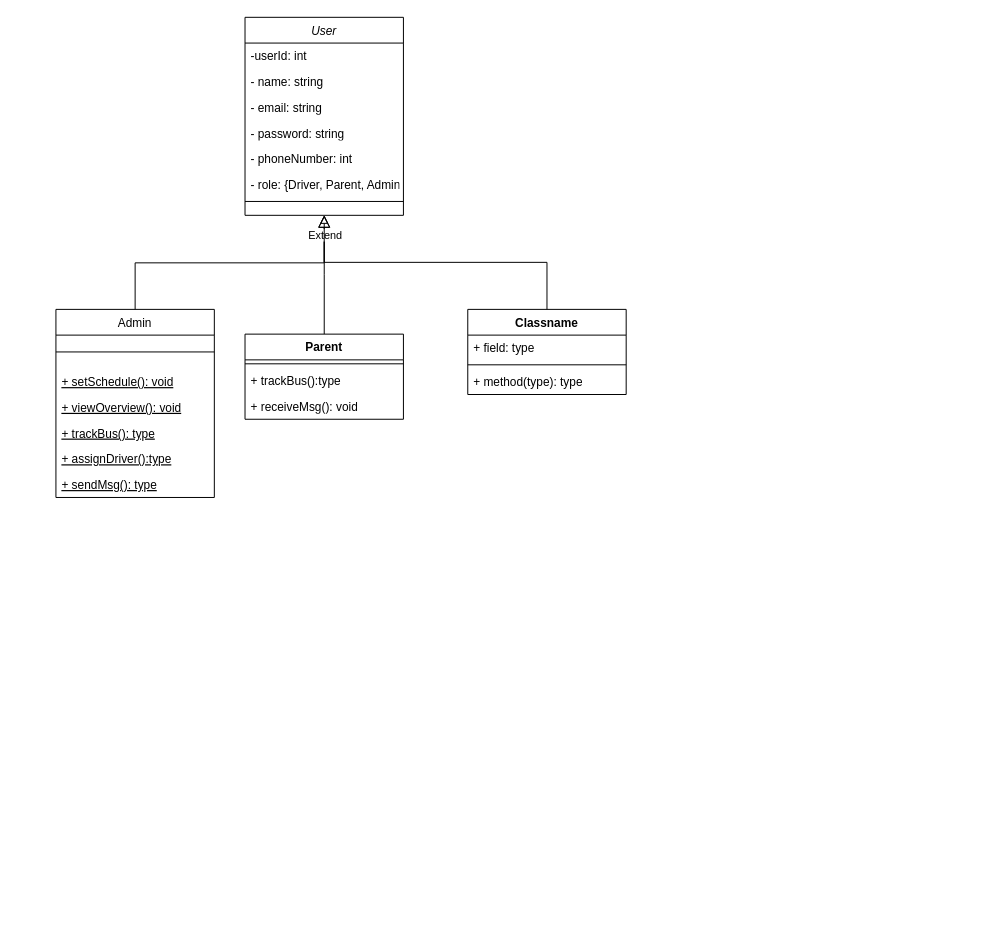
tianmoon/bus-tracking-app keeps this draw.io diagram as erd/ClassDiagramSWE.drawio. Above is the earlier version. Source tidied: cells renumbered, new cells numbered last; positions are measured from the earlier drawing's top-left corner, leaving out a move shared by most shapes. Both pictures are drawn from the tidied source at 99%, with x=0, y=0 at pixel (55, 17).
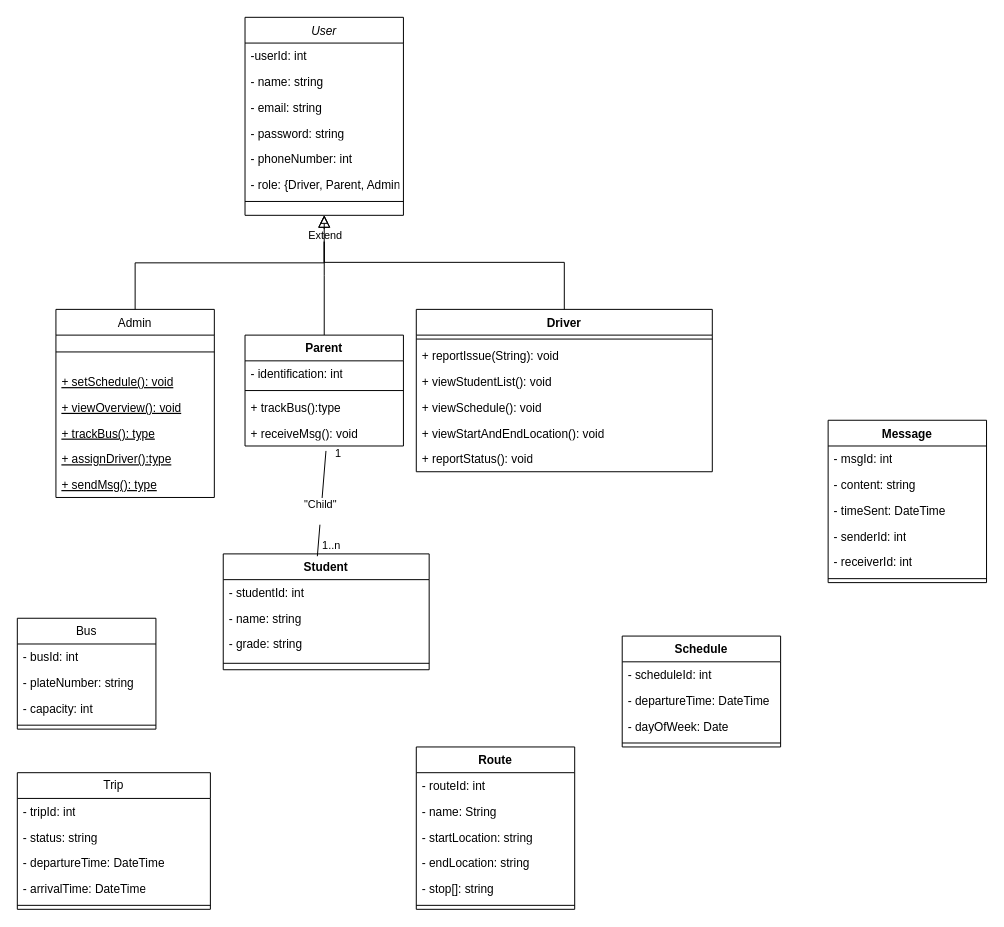
After the change.

What changed in the source:
```diff
@@
     <mxCell id="20" value="Parent" style="swimlane;fontStyle=1;align=center;verticalAlign=top;horizontal=1;startSize=26;whiteSpace=wrap;html=1;" parent="1" vertex="1">
-      <mxGeometry x="191" y="320" width="160" height="86" as="geometry" />
+      <mxGeometry x="191" y="321" width="160" height="112" as="geometry" />
     </mxCell>
+    <mxCell id="29" value="- identification: int" style="text;strokeColor=none;fillColor=none;align=left;verticalAlign=top;spacingLeft=4;spacingRight=4;overflow=hidden;whiteSpace=wrap;html=1;" parent="20" vertex="1">
+      <mxGeometry y="26" width="160" height="26" as="geometry" />
+    </mxCell>
     <mxCell id="21" style="line;strokeWidth=1;fillColor=none;align=left;verticalAlign=middle;spacingTop=-1;spacingLeft=3;spacingRight=3;labelPosition=right;strokeColor=inherit;" parent="20" vertex="1">
-      <mxGeometry y="26" width="160" height="8" as="geometry" />
+      <mxGeometry y="52" width="160" height="8" as="geometry" />
     </mxCell>
     <mxCell id="22" value="+ trackBus():type" style="text;strokeColor=none;fillColor=none;align=left;verticalAlign=top;spacingLeft=4;spacingRight=4;overflow=hidden;whiteSpace=wrap;html=1;" parent="20" vertex="1">
-      <mxGeometry y="34" width="160" height="26" as="geometry" />
+      <mxGeometry y="60" width="160" height="26" as="geometry" />
     </mxCell>
     <mxCell id="23" value="+ receiveMsg(): void" style="text;strokeColor=none;fillColor=none;align=left;verticalAlign=top;spacingLeft=4;spacingRight=4;overflow=hidden;points=[[0,0.5],[1,0.5]];portConstraint=eastwest;whiteSpace=wrap;html=1;" parent="20" vertex="1">
-      <mxGeometry y="60" width="160" height="26" as="geometry" />
+      <mxGeometry y="86" width="160" height="26" as="geometry" />
     </mxCell>
-    <mxCell id="24" value="Classname" style="swimlane;fontStyle=1;align=center;verticalAlign=top;horizontal=1;startSize=26;whiteSpace=wrap;html=1;" parent="1" vertex="1">
-      <mxGeometry x="416" y="295" width="160" height="86" as="geometry" />
+    <mxCell id="24" value="Driver" style="swimlane;fontStyle=1;align=center;verticalAlign=top;horizontal=1;startSize=26;whiteSpace=wrap;html=1;" parent="1" vertex="1">
+      <mxGeometry x="364" y="295" width="299" height="164" as="geometry" />
     </mxCell>
-    <mxCell id="25" value="+ field: type" style="text;strokeColor=none;fillColor=none;align=left;verticalAlign=top;spacingLeft=4;spacingRight=4;overflow=hidden;whiteSpace=wrap;html=1;" parent="24" vertex="1">
-      <mxGeometry y="26" width="160" height="26" as="geometry" />
-    </mxCell>
     <mxCell id="26" style="line;strokeWidth=1;fillColor=none;align=left;verticalAlign=middle;spacingTop=-1;spacingLeft=3;spacingRight=3;labelPosition=right;strokeColor=inherit;" parent="24" vertex="1">
-      <mxGeometry y="52" width="160" height="8" as="geometry" />
+      <mxGeometry y="26" width="299" height="8" as="geometry" />
     </mxCell>
-    <mxCell id="27" value="+ method(type): type" style="text;strokeColor=none;fillColor=none;align=left;verticalAlign=top;spacingLeft=4;spacingRight=4;overflow=hidden;whiteSpace=wrap;html=1;" parent="24" vertex="1">
-      <mxGeometry y="60" width="160" height="26" as="geometry" />
+    <mxCell id="27" value="+ reportIssue(String): void" style="text;strokeColor=none;fillColor=none;align=left;verticalAlign=top;spacingLeft=4;spacingRight=4;overflow=hidden;whiteSpace=wrap;html=1;" parent="24" vertex="1">
+      <mxGeometry y="34" width="299" height="26" as="geometry" />
     </mxCell>
+    <mxCell id="30" value="+ viewStudentList(): void" style="text;strokeColor=none;fillColor=none;align=left;verticalAlign=top;spacingLeft=4;spacingRight=4;overflow=hidden;whiteSpace=wrap;html=1;" parent="24" vertex="1">
+      <mxGeometry y="60" width="299" height="26" as="geometry" />
+    </mxCell>
+    <mxCell id="31" value="+ viewSchedule(): void" style="text;strokeColor=none;fillColor=none;align=left;verticalAlign=top;spacingLeft=4;spacingRight=4;overflow=hidden;whiteSpace=wrap;html=1;" parent="24" vertex="1">
+      <mxGeometry y="86" width="299" height="26" as="geometry" />
+    </mxCell>
+    <mxCell id="32" value="+ viewStartAndEndLocation(): void" style="text;strokeColor=none;fillColor=none;align=left;verticalAlign=top;spacingLeft=4;spacingRight=4;overflow=hidden;whiteSpace=wrap;html=1;" parent="24" vertex="1">
+      <mxGeometry y="112" width="299" height="26" as="geometry" />
+    </mxCell>
+    <mxCell id="33" value="+ reportStatus(): void" style="text;strokeColor=none;fillColor=none;align=left;verticalAlign=top;spacingLeft=4;spacingRight=4;overflow=hidden;whiteSpace=wrap;html=1;" parent="24" vertex="1">
+      <mxGeometry y="138" width="299" height="26" as="geometry" />
+    </mxCell>
@@
+    <mxCell id="34" value="Student" style="swimlane;fontStyle=1;align=center;verticalAlign=top;horizontal=1;startSize=26;whiteSpace=wrap;html=1;" parent="1" vertex="1">
+      <mxGeometry x="169" y="542" width="208" height="117" as="geometry" />
+    </mxCell>
+    <mxCell id="35" value="- studentId: int" style="text;strokeColor=none;fillColor=none;align=left;verticalAlign=top;spacingLeft=4;spacingRight=4;overflow=hidden;whiteSpace=wrap;html=1;" parent="34" vertex="1">
+      <mxGeometry y="26" width="208" height="26" as="geometry" />
+    </mxCell>
+    <mxCell id="36" value="- name: string" style="text;strokeColor=none;fillColor=none;align=left;verticalAlign=top;spacingLeft=4;spacingRight=4;overflow=hidden;whiteSpace=wrap;html=1;" parent="34" vertex="1">
+      <mxGeometry y="52" width="208" height="26" as="geometry" />
+    </mxCell>
+    <mxCell id="37" value="- grade: string" style="text;strokeColor=none;fillColor=none;align=left;verticalAlign=top;spacingLeft=4;spacingRight=4;overflow=hidden;whiteSpace=wrap;html=1;" parent="34" vertex="1">
+      <mxGeometry y="78" width="208" height="26" as="geometry" />
+    </mxCell>
+    <mxCell id="38" style="line;strokeWidth=1;fillColor=none;align=left;verticalAlign=middle;spacingTop=-1;spacingLeft=3;spacingRight=3;labelPosition=right;strokeColor=inherit;" parent="34" vertex="1">
+      <mxGeometry y="104" width="208" height="13" as="geometry" />
+    </mxCell>
+    <mxCell id="39" style="endArrow=none;html=1;rounded=0;entryX=0.511;entryY=1.192;entryDx=0;entryDy=0;entryPerimeter=0;exitX=0.457;exitY=0.02;exitDx=0;exitDy=0;exitPerimeter=0;" parent="1" edge="1" source="34" target="23">
+      <mxGeometry relative="1" as="geometry" />
+    </mxCell>
+    <mxCell id="40" value="1" style="edgeLabel;html=1;align=center;verticalAlign=middle;" parent="39" vertex="1">
+      <mxGeometry x="0.71" y="-1" relative="1" as="geometry">
+        <mxPoint x="12" y="-13" as="offset" />
+      </mxGeometry>
+    </mxCell>
+    <mxCell id="41" value="1..n" style="edgeLabel;html=1;align=center;verticalAlign=middle;" parent="39" vertex="1">
+      <mxGeometry x="-0.8" y="-1" relative="1" as="geometry">
+        <mxPoint x="12" as="offset" />
+      </mxGeometry>
+    </mxCell>
+    <mxCell id="42" value="&quot;Child&quot;&lt;div&gt;&lt;br&gt;&lt;/div&gt;" style="edgeLabel;html=1;align=center;verticalAlign=middle;" parent="39" vertex="1">
+      <mxGeometry x="0.06" y="2" relative="1" as="geometry">
+        <mxPoint y="11" as="offset" />
+      </mxGeometry>
+    </mxCell>
+    <mxCell id="43" value="Bus" style="swimlane;fontStyle=0;horizontal=1;startSize=26;fillColor=none;whiteSpace=wrap;html=1;" parent="1" vertex="1">
+      <mxGeometry x="-39" y="607" width="140" height="112" as="geometry" />
+    </mxCell>
+    <mxCell id="44" value="- busId: int" style="text;strokeColor=none;fillColor=none;align=left;verticalAlign=top;spacingLeft=4;spacingRight=4;overflow=hidden;whiteSpace=wrap;html=1;" parent="43" vertex="1">
+      <mxGeometry y="26" width="140" height="26" as="geometry" />
+    </mxCell>
+    <mxCell id="45" value="- plateNumber: string" style="text;strokeColor=none;fillColor=none;align=left;verticalAlign=top;spacingLeft=4;spacingRight=4;overflow=hidden;whiteSpace=wrap;html=1;" parent="43" vertex="1">
+      <mxGeometry y="52" width="140" height="26" as="geometry" />
+    </mxCell>
+    <mxCell id="46" value="- capacity: int" style="text;strokeColor=none;fillColor=none;align=left;verticalAlign=top;spacingLeft=4;spacingRight=4;overflow=hidden;whiteSpace=wrap;html=1;" parent="43" vertex="1">
+      <mxGeometry y="78" width="140" height="26" as="geometry" />
+    </mxCell>
+    <mxCell id="47" style="line;strokeWidth=1;fillColor=none;align=left;verticalAlign=middle;spacingTop=-1;spacingLeft=3;spacingRight=3;labelPosition=right;strokeColor=inherit;" parent="43" vertex="1">
+      <mxGeometry y="104" width="140" height="8" as="geometry" />
+    </mxCell>
+    <mxCell id="48" value="Trip" style="swimlane;fontStyle=0;horizontal=1;startSize=26;fillColor=none;whiteSpace=wrap;html=1;" parent="1" vertex="1">
+      <mxGeometry x="-39" y="763" width="195" height="138" as="geometry" />
+    </mxCell>
+    <mxCell id="49" value="- tripId: int" style="text;strokeColor=none;fillColor=none;align=left;verticalAlign=top;spacingLeft=4;spacingRight=4;overflow=hidden;whiteSpace=wrap;html=1;" parent="48" vertex="1">
+      <mxGeometry y="26" width="195" height="26" as="geometry" />
+    </mxCell>
+    <mxCell id="50" value="- status: string" style="text;strokeColor=none;fillColor=none;align=left;verticalAlign=top;spacingLeft=4;spacingRight=4;overflow=hidden;whiteSpace=wrap;html=1;" parent="48" vertex="1">
+      <mxGeometry y="52" width="195" height="26" as="geometry" />
+    </mxCell>
+    <mxCell id="51" value="- departureTime: DateTime" style="text;strokeColor=none;fillColor=none;align=left;verticalAlign=top;spacingLeft=4;spacingRight=4;overflow=hidden;whiteSpace=wrap;html=1;" parent="48" vertex="1">
+      <mxGeometry y="78" width="195" height="26" as="geometry" />
+    </mxCell>
+    <mxCell id="52" value="- arrivalTime: DateTime" style="text;strokeColor=none;fillColor=none;align=left;verticalAlign=top;spacingLeft=4;spacingRight=4;overflow=hidden;whiteSpace=wrap;html=1;" parent="48" vertex="1">
+      <mxGeometry y="104" width="195" height="26" as="geometry" />
+    </mxCell>
+    <mxCell id="53" style="line;strokeWidth=1;fillColor=none;align=left;verticalAlign=middle;spacingTop=-1;spacingLeft=3;spacingRight=3;labelPosition=right;strokeColor=inherit;" parent="48" vertex="1">
+      <mxGeometry y="130" width="195" height="8" as="geometry" />
+    </mxCell>
+    <mxCell id="54" value="Route" style="swimlane;fontStyle=1;align=center;verticalAlign=top;horizontal=1;startSize=26;whiteSpace=wrap;html=1;" parent="1" vertex="1">
+      <mxGeometry x="364" y="737" width="160" height="164" as="geometry" />
+    </mxCell>
+    <mxCell id="55" value="- routeId: int" style="text;strokeColor=none;fillColor=none;align=left;verticalAlign=top;spacingLeft=4;spacingRight=4;overflow=hidden;whiteSpace=wrap;html=1;" parent="54" vertex="1">
+      <mxGeometry y="26" width="160" height="26" as="geometry" />
+    </mxCell>
+    <mxCell id="56" value="- name: String" style="text;strokeColor=none;fillColor=none;align=left;verticalAlign=top;spacingLeft=4;spacingRight=4;overflow=hidden;whiteSpace=wrap;html=1;" parent="54" vertex="1">
+      <mxGeometry y="52" width="160" height="26" as="geometry" />
+    </mxCell>
+    <mxCell id="57" value="- startLocation: string" style="text;strokeColor=none;fillColor=none;align=left;verticalAlign=top;spacingLeft=4;spacingRight=4;overflow=hidden;whiteSpace=wrap;html=1;" parent="54" vertex="1">
+      <mxGeometry y="78" width="160" height="26" as="geometry" />
+    </mxCell>
+    <mxCell id="58" value="- endLocation: string" style="text;strokeColor=none;fillColor=none;align=left;verticalAlign=top;spacingLeft=4;spacingRight=4;overflow=hidden;whiteSpace=wrap;html=1;" parent="54" vertex="1">
+      <mxGeometry y="104" width="160" height="26" as="geometry" />
+    </mxCell>
+    <mxCell id="59" value="- stop[]: string" style="text;strokeColor=none;fillColor=none;align=left;verticalAlign=top;spacingLeft=4;spacingRight=4;overflow=hidden;whiteSpace=wrap;html=1;" parent="54" vertex="1">
+      <mxGeometry y="130" width="160" height="26" as="geometry" />
+    </mxCell>
+    <mxCell id="60" style="line;strokeWidth=1;fillColor=none;align=left;verticalAlign=middle;spacingTop=-1;spacingLeft=3;spacingRight=3;labelPosition=right;strokeColor=inherit;" parent="54" vertex="1">
+      <mxGeometry y="156" width="160" height="8" as="geometry" />
+    </mxCell>
+    <mxCell id="61" value="Schedule" style="swimlane;fontStyle=1;align=center;verticalAlign=top;horizontal=1;startSize=26;whiteSpace=wrap;html=1;" parent="1" vertex="1">
+      <mxGeometry x="572" y="625" width="160" height="112" as="geometry" />
+    </mxCell>
+    <mxCell id="62" value="- scheduleId: int" style="text;strokeColor=none;fillColor=none;align=left;verticalAlign=top;spacingLeft=4;spacingRight=4;overflow=hidden;whiteSpace=wrap;html=1;" parent="61" vertex="1">
+      <mxGeometry y="26" width="160" height="26" as="geometry" />
+    </mxCell>
+    <mxCell id="63" value="- departureTime: DateTime" style="text;strokeColor=none;fillColor=none;align=left;verticalAlign=top;spacingLeft=4;spacingRight=4;overflow=hidden;whiteSpace=wrap;html=1;" parent="61" vertex="1">
+      <mxGeometry y="52" width="160" height="26" as="geometry" />
+    </mxCell>
+    <mxCell id="64" value="- dayOfWeek: Date" style="text;strokeColor=none;fillColor=none;align=left;verticalAlign=top;spacingLeft=4;spacingRight=4;overflow=hidden;whiteSpace=wrap;html=1;" parent="61" vertex="1">
+      <mxGeometry y="78" width="160" height="26" as="geometry" />
+    </mxCell>
+    <mxCell id="65" style="line;strokeWidth=1;fillColor=none;align=left;verticalAlign=middle;spacingTop=-1;spacingLeft=3;spacingRight=3;labelPosition=right;strokeColor=inherit;" parent="61" vertex="1">
+      <mxGeometry y="104" width="160" height="8" as="geometry" />
+    </mxCell>
+    <mxCell id="66" value="Message" style="swimlane;fontStyle=1;align=center;verticalAlign=top;horizontal=1;startSize=26;whiteSpace=wrap;html=1;" parent="1" vertex="1">
+      <mxGeometry x="780" y="407" width="160" height="164" as="geometry" />
+    </mxCell>
+    <mxCell id="67" value="- msgId: int" style="text;strokeColor=none;fillColor=none;align=left;verticalAlign=top;spacingLeft=4;spacingRight=4;overflow=hidden;whiteSpace=wrap;html=1;" parent="66" vertex="1">
+      <mxGeometry y="26" width="160" height="26" as="geometry" />
+    </mxCell>
+    <mxCell id="68" value="- content: string" style="text;strokeColor=none;fillColor=none;align=left;verticalAlign=top;spacingLeft=4;spacingRight=4;overflow=hidden;whiteSpace=wrap;html=1;" parent="66" vertex="1">
+      <mxGeometry y="52" width="160" height="26" as="geometry" />
+    </mxCell>
+    <mxCell id="69" value="- timeSent: DateTime" style="text;strokeColor=none;fillColor=none;align=left;verticalAlign=top;spacingLeft=4;spacingRight=4;overflow=hidden;whiteSpace=wrap;html=1;" parent="66" vertex="1">
+      <mxGeometry y="78" width="160" height="26" as="geometry" />
+    </mxCell>
+    <mxCell id="70" value="- senderId: int" style="text;strokeColor=none;fillColor=none;align=left;verticalAlign=top;spacingLeft=4;spacingRight=4;overflow=hidden;whiteSpace=wrap;html=1;" parent="66" vertex="1">
+      <mxGeometry y="104" width="160" height="26" as="geometry" />
+    </mxCell>
+    <mxCell id="71" value="- receiverId: int" style="text;strokeColor=none;fillColor=none;align=left;verticalAlign=top;spacingLeft=4;spacingRight=4;overflow=hidden;whiteSpace=wrap;html=1;" parent="66" vertex="1">
+      <mxGeometry y="130" width="160" height="26" as="geometry" />
+    </mxCell>
+    <mxCell id="72" style="line;strokeWidth=1;fillColor=none;align=left;verticalAlign=middle;spacingTop=-1;spacingLeft=3;spacingRight=3;labelPosition=right;strokeColor=inherit;" parent="66" vertex="1">
+      <mxGeometry y="156" width="160" height="8" as="geometry" />
+    </mxCell>
```
